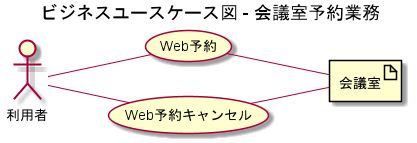
Before: docs/img/diagrams/BusinessUseCase.png, a diagram exported from PlantUML (k2works/mrs). Its source is kept beside it as docs/diagrams/BusinessUseCase.puml.
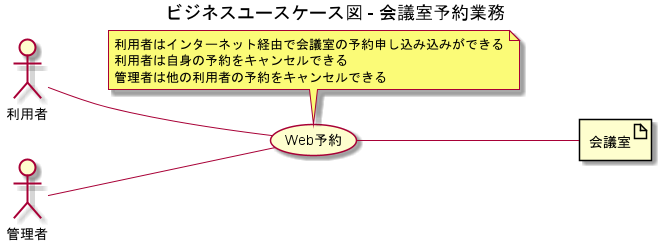
Above is the later version.

Change to the diagram source:
```diff
@@ -5,15 +5,20 @@
 left to right direction
 
 actor 利用者
+actor 管理者
 
 usecase Web予約
-usecase Web予約キャンセル
+note top of Web予約
+  利用者はインターネット経由で会議室の予約申し込み込みができる
+  利用者は自身の予約をキャンセルできる
+  管理者は他の利用者の予約をキャンセルできる
+end note
 
 artifact 会議室
 
 :利用者: -- (Web予約)
-:利用者: -- (Web予約キャンセル)
+:管理者: -- (Web予約)
 (Web予約) -- 会議室
-(Web予約キャンセル) -- 会議室
+
 
 @enduml
```
